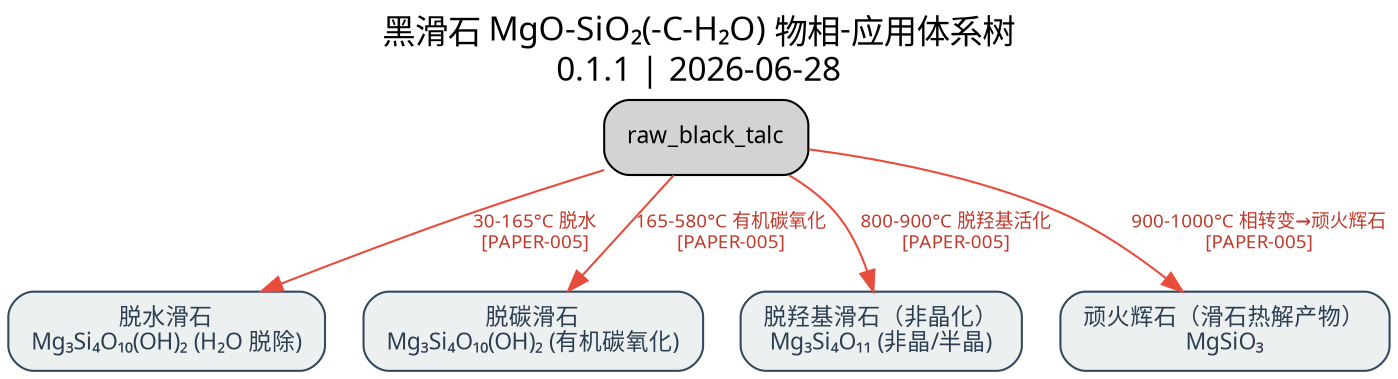
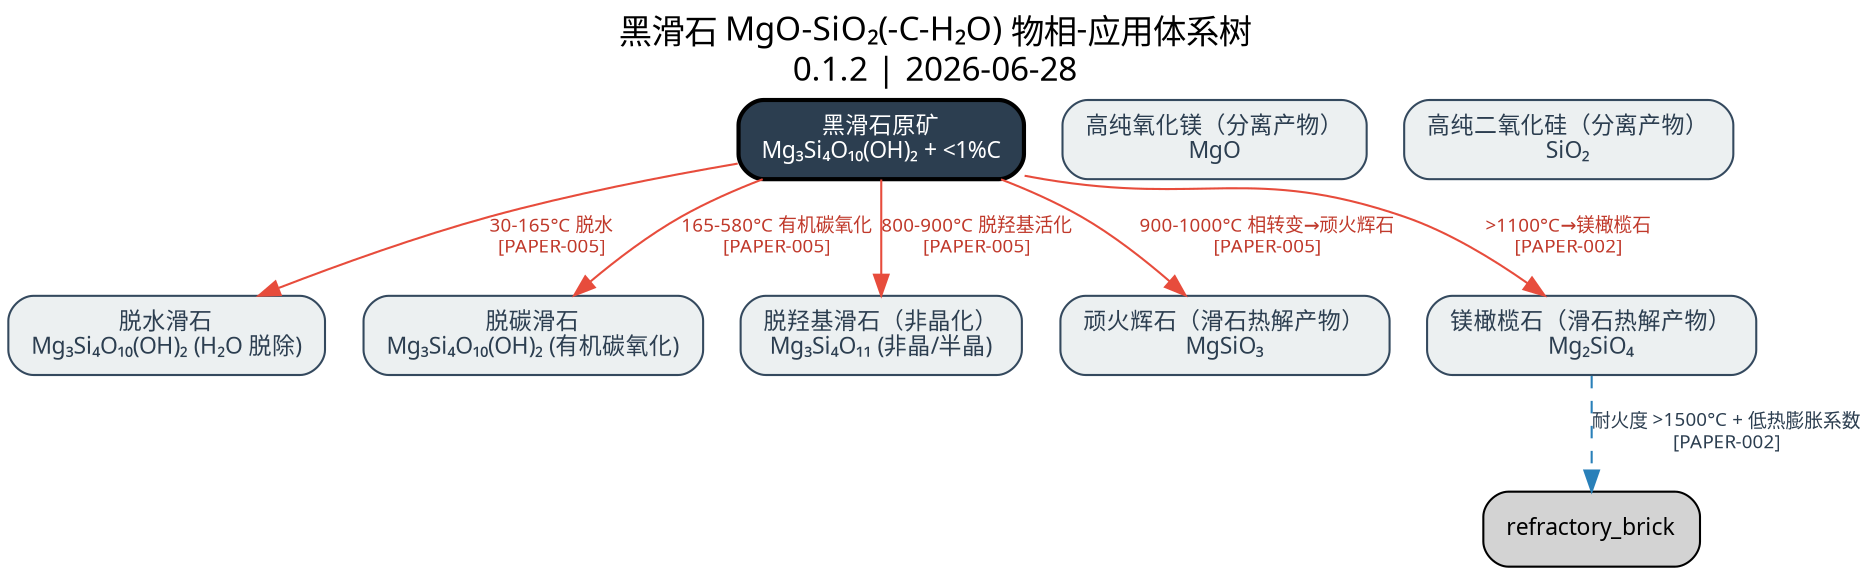
digraph MgOSiO2_System {
  rankdir=TB;
  bgcolor="white";
  fontname="Microsoft YaHei";
  fontsize=14;

  // 全局样式
  node [fontname="Microsoft YaHei", fontsize=11, shape=box, style="rounded,filled", margin="0.15,0.1"];
  edge [fontname="Microsoft YaHei", fontsize=9];

  // 图标题
  labelloc="t";
-   label="黑滑石 MgO-SiO₂(-C-H₂O) 物相-应用体系树\n0.1.1 | 2026-06-28";
+   label="黑滑石 MgO-SiO₂(-C-H₂O) 物相-应用体系树\n0.1.2 | 2026-06-28";
  fontsize=16;

  "dehydrated_talc" [label="脱水滑石\nMg₃Si₄O₁₀(OH)₂ (H₂O 脱除)", fillcolor="#ecf0f1", color="#34495e", fontcolor="#2c3e50"];

  "decarbonized_talc" [label="脱碳滑石\nMg₃Si₄O₁₀(OH)₂ (有机碳氧化)", fillcolor="#ecf0f1", color="#34495e", fontcolor="#2c3e50"];

  "dehydroxylated_talc" [label="脱羟基滑石（非晶化）\nMg₃Si₄O₁₁ (非晶/半晶)", fillcolor="#ecf0f1", color="#34495e", fontcolor="#2c3e50"];

  "enstatite_from_talc" [label="顽火辉石（滑石热解产物）\nMgSiO₃", fillcolor="#ecf0f1", color="#34495e", fontcolor="#2c3e50"];

+   "raw_black_talc" [label="黑滑石原矿\nMg₃Si₄O₁₀(OH)₂ + <1%C", fillcolor="#2c3e50", fontcolor="white", penwidth=2];
+ 
+   "forsterite_from_talc" [label="镁橄榄石（滑石热解产物）\nMg₂SiO₄", fillcolor="#ecf0f1", color="#34495e", fontcolor="#2c3e50"];
+ 
+   "separated_mgo" [label="高纯氧化镁（分离产物）\nMgO", fillcolor="#ecf0f1", color="#34495e", fontcolor="#2c3e50"];
+ 
+   "separated_sio2" [label="高纯二氧化硅（分离产物）\nSiO₂", fillcolor="#ecf0f1", color="#34495e", fontcolor="#2c3e50"];
+ 
  "raw_black_talc" -> "dehydrated_talc" [label="30-165°C 脱水\n[PAPER-005]", color="#e74c3c", fontcolor="#c0392b"];

  "raw_black_talc" -> "decarbonized_talc" [label="165-580°C 有机碳氧化\n[PAPER-005]", color="#e74c3c", fontcolor="#c0392b"];

  "raw_black_talc" -> "dehydroxylated_talc" [label="800-900°C 脱羟基活化\n[PAPER-005]", color="#e74c3c", fontcolor="#c0392b"];

  "raw_black_talc" -> "enstatite_from_talc" [label="900-1000°C 相转变→顽火辉石\n[PAPER-005]", color="#e74c3c", fontcolor="#c0392b"];

+   "raw_black_talc" -> "forsterite_from_talc" [label=">1100°C→镁橄榄石\n[PAPER-002]", color="#e74c3c", fontcolor="#c0392b"];
+ 
+   "forsterite_from_talc" -> "refractory_brick" [label="耐火度 >1500°C + 低热膨胀系数\n[PAPER-002]", color="#2980b9", fontcolor="#2c3e50", style=dashed];
+ 
}